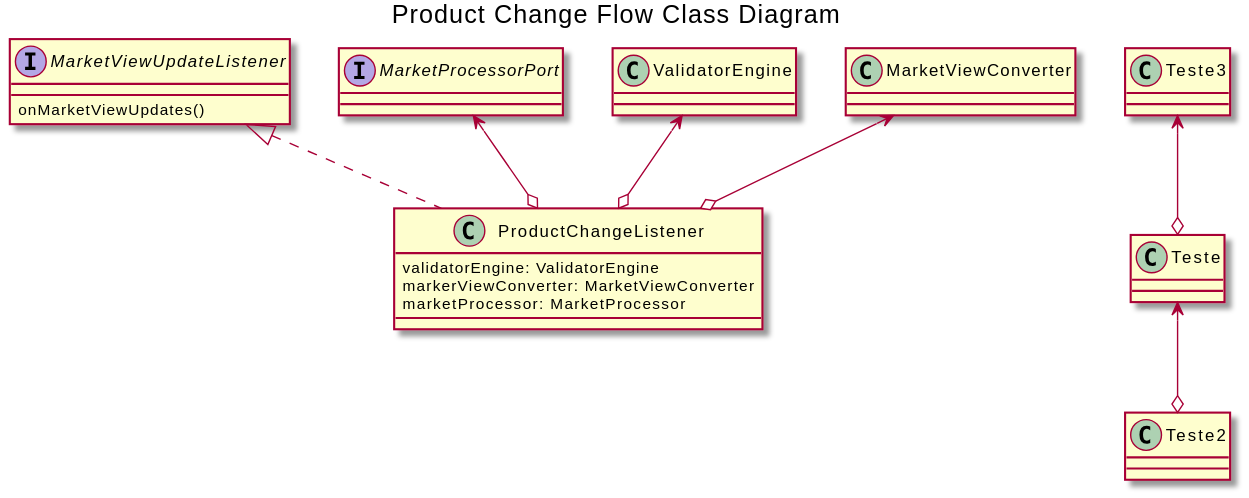
Before: docs/media/diagrams/productchange.svg, a diagram exported from PlantUML (freitasm2/github-pages-with-jekyll). Its diagram source:
```plantuml
@startuml
skinparam backgroundColor white

title Product Change Flow Class Diagram

class ProductChangeListener{
validatorEngine: ValidatorEngine
markerViewConverter: MarketViewConverter
marketProcessor: MarketProcessor
}

interface MarketViewUpdateListener{
onMarketViewUpdates()
}

interface MarketProcessorPort{
}

MarketViewUpdateListener <|.. ProductChangeListener
ValidatorEngine <--o ProductChangeListener
MarketViewConverter <--o ProductChangeListener
MarketProcessorPort <--o ProductChangeListener
Teste3 <--o Teste
Teste <--o Teste2

@enduml
```
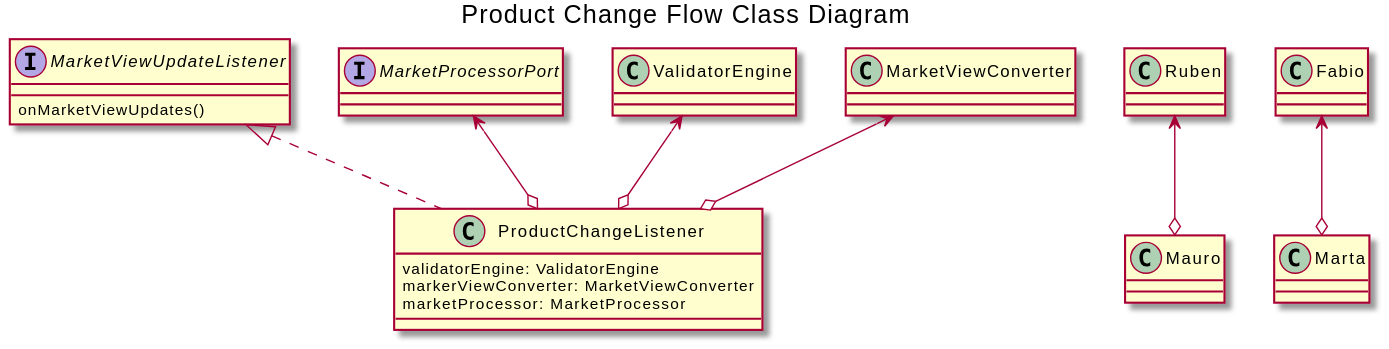
Above is the later version.

Commit message:
Automatically generated by PlantUml github action

The edit, as a diff of the source:
```diff
@@ -20,7 +20,7 @@
 ValidatorEngine <--o ProductChangeListener
 MarketViewConverter <--o ProductChangeListener
 MarketProcessorPort <--o ProductChangeListener
-Teste3 <--o Teste
-Teste <--o Teste2
+Ruben <--o Mauro
+Fabio <--o Marta
 
 @enduml
```
